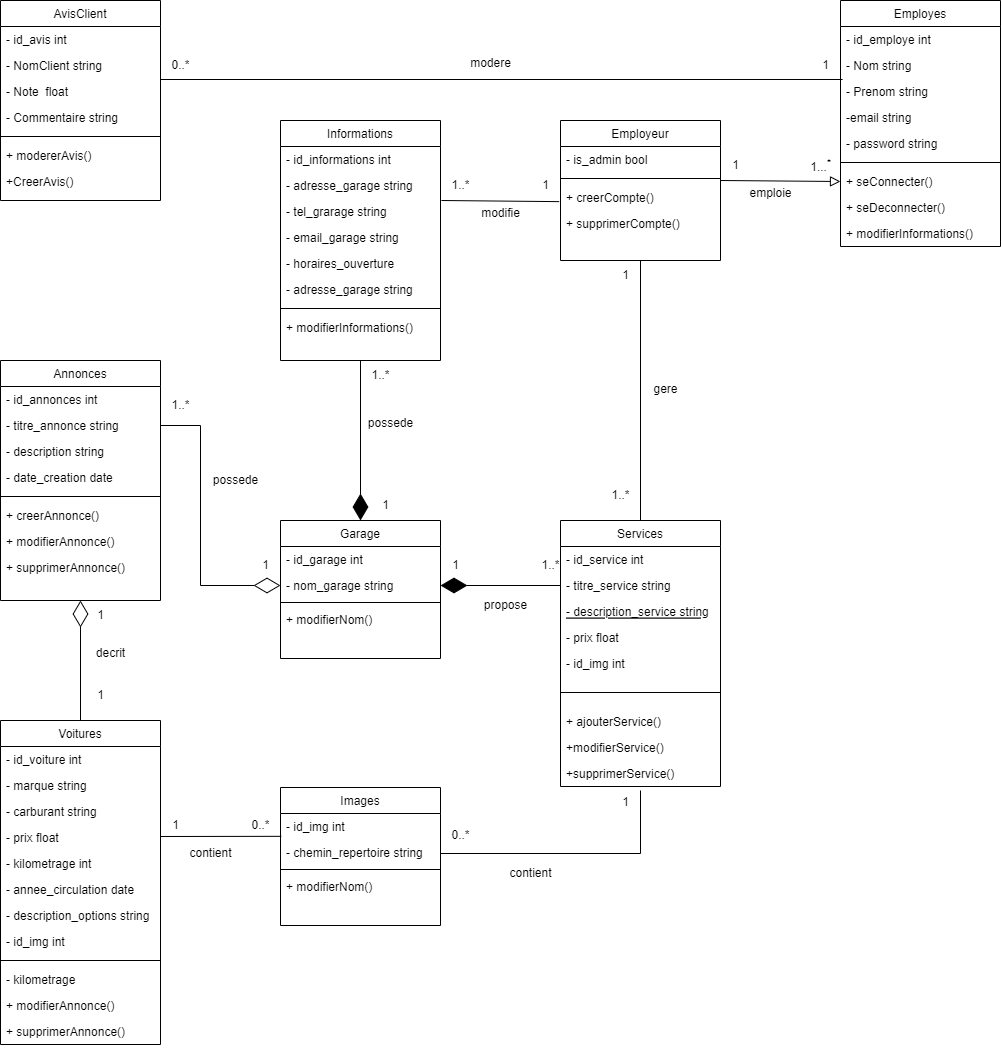
The draw.io diagram .docs/Diagramme_de_classe.png in Sebqstien/Garage_V.Parrot, before a commit. Source tidied: cells renumbered, new cells last; positions are measured from the earlier drawing's top-left corner, leaving out a move shared by most shapes.
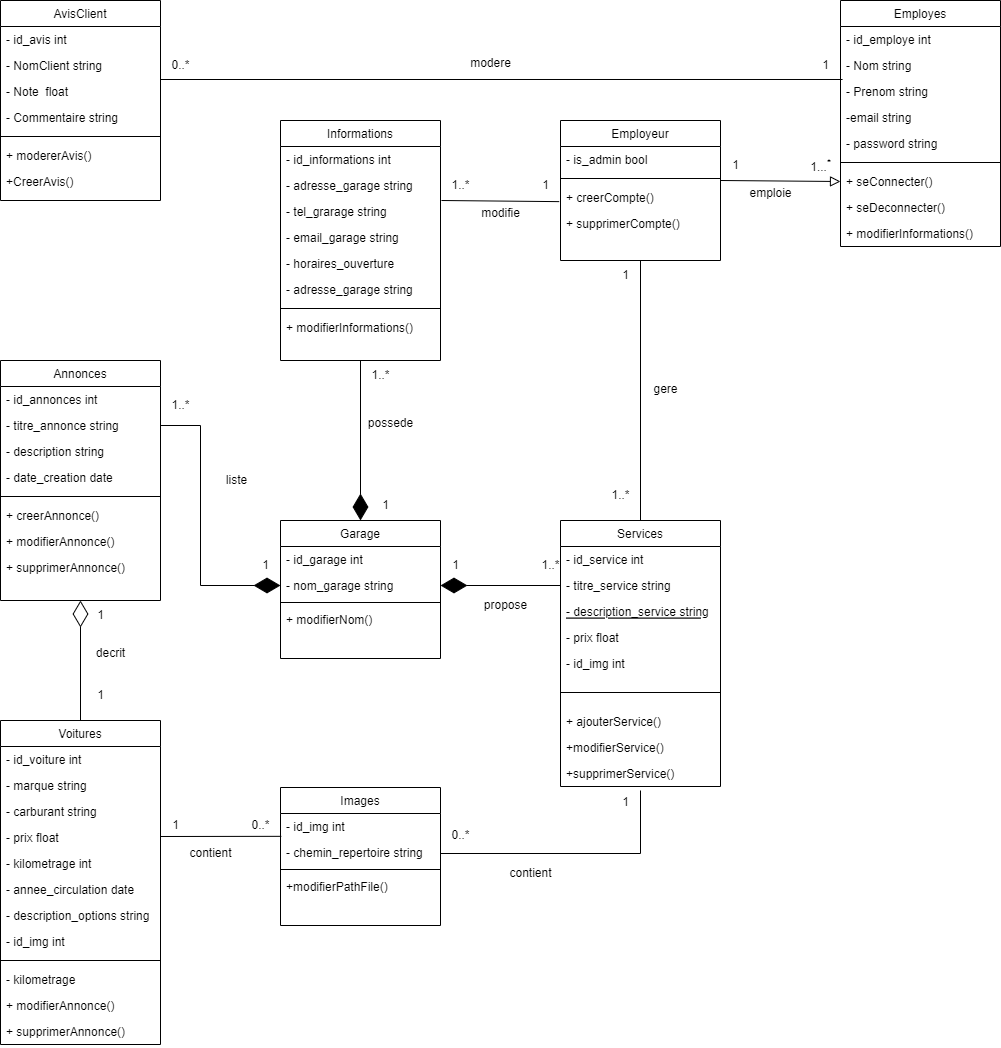
After the commit.

Commit message:
📖 DOC: Modifs diagramme de classe

Diff of the diagram source:
```diff
@@ -1,4 +1,4 @@
-<mxGraphModel background="#FFFFFF">
+<mxGraphModel>
   <root>
     <mxCell id="0" />
     <mxCell id="1" parent="0" />
@@ -140,7 +140,7 @@
     <mxCell id="47" style="line;html=1;strokeWidth=1;align=left;verticalAlign=middle;spacingTop=-1;spacingLeft=3;spacingRight=3;labelPosition=right;" parent="44" vertex="1">
       <mxGeometry y="78" width="160" height="8" as="geometry" />
     </mxCell>
-    <mxCell id="48" value="+ modifierNom()" style="text;align=left;verticalAlign=top;spacingLeft=4;spacingRight=4;overflow=hidden;" parent="44" vertex="1">
+    <mxCell id="48" value="+modifierPathFile()" style="text;align=left;verticalAlign=top;spacingLeft=4;spacingRight=4;overflow=hidden;" parent="44" vertex="1">
       <mxGeometry y="86" width="160" height="26" as="geometry" />
     </mxCell>
     <mxCell id="49" style="endArrow=none;startArrow=none;endFill=0;startFill=0;html=1;rounded=0;entryX=-0.008;entryY=0.659;entryDx=0;entryDy=0;exitX=1.006;exitY=1.077;exitDx=0;exitDy=0;exitPerimeter=0;entryPerimeter=0;" parent="1" edge="1" source="19" target="39">
@@ -209,7 +209,7 @@
     <mxCell id="68" value="+ supprimerAnnonce()" style="text;align=left;verticalAlign=top;spacingLeft=4;spacingRight=4;overflow=hidden;rounded=0;shadow=0;html=0;" parent="60" vertex="1">
       <mxGeometry y="194" width="160" height="26" as="geometry" />
     </mxCell>
-    <mxCell id="69" style="endArrow=diamondThin;endFill=0;endSize=24;html=1;rounded=0;entryX=0;entryY=0.5;entryDx=0;entryDy=0;exitX=0;exitY=0.5;exitDx=0;exitDy=0;" parent="1" edge="1" target="4">
+    <mxCell id="69" style="endArrow=diamondThin;endFill=1;endSize=24;html=1;rounded=0;entryX=0;entryY=0.5;entryDx=0;entryDy=0;exitX=0;exitY=0.5;exitDx=0;exitDy=0;" parent="1" edge="1" target="4">
       <mxGeometry relative="1" as="geometry">
         <mxPoint x="160" y="425" as="sourcePoint" />
         <Array as="points">
@@ -350,8 +350,8 @@
     <mxCell id="111" value="contient" style="text;html=1;align=center;verticalAlign=middle;strokeColor=none;fillColor=none;" parent="1" vertex="1">
       <mxGeometry x="175" y="838" width="70" height="30" as="geometry" />
     </mxCell>
-    <mxCell id="112" value="possede" style="text;html=1;align=center;verticalAlign=middle;strokeColor=none;fillColor=none;" parent="1" vertex="1">
-      <mxGeometry x="200" y="465" width="70" height="30" as="geometry" />
+    <mxCell id="112" value="liste" style="text;html=1;align=center;verticalAlign=middle;strokeColor=none;fillColor=none;" parent="1" vertex="1">
+      <mxGeometry x="216" y="467" width="39" height="26" as="geometry" />
     </mxCell>
     <mxCell id="113" value="decrit" style="text;html=1;align=center;verticalAlign=middle;strokeColor=none;fillColor=none;" parent="1" vertex="1">
       <mxGeometry x="85" y="638" width="50" height="30" as="geometry" />
```
